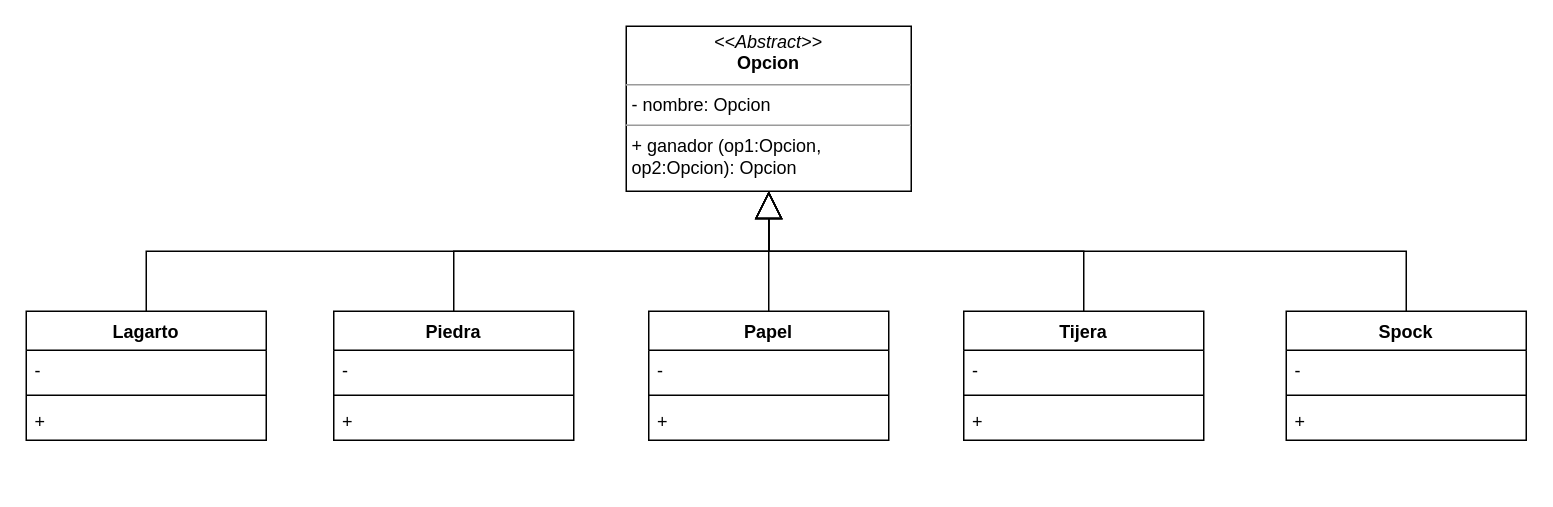
Earlier version of the draw.io diagram Patrones/Ejercicio2/Ejercicio2.drawio (Ruyy7/OO2). Source tidied: cells renumbered, new cells numbered last; positions are measured from the earlier drawing's top-left corner, leaving out a move shared by most shapes. Both pictures are drawn from the tidied source at 150%, with x=0, y=0 at pixel (26, 26).
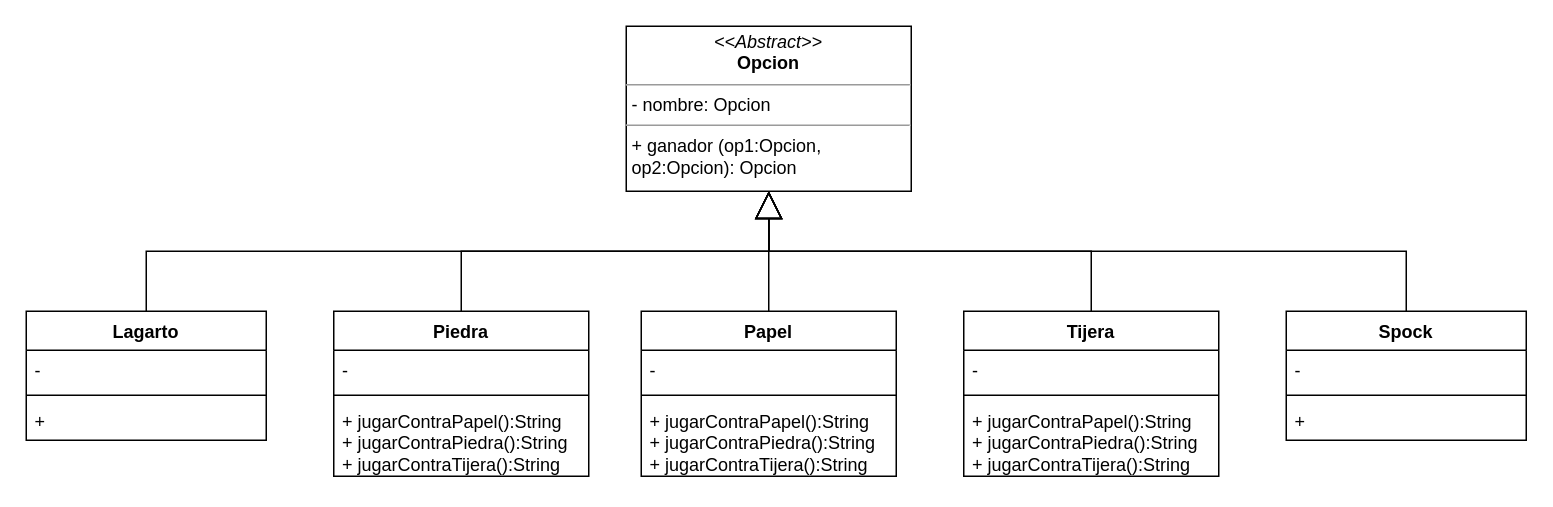
Above is the later version.

The change refers to these unchanged cells:
```xml
<mxCell id="18" value="Lagarto" style="swimlane;fontStyle=1;align=center;verticalAlign=top;horizontal=1;startSize=26;whiteSpace=wrap;html=1;" parent="1" vertex="1">
  <mxGeometry y="190" width="160" height="86" as="geometry" />
</mxCell>
```

What changed in the source:
```diff
@@
     <mxCell id="3" value="Piedra" style="swimlane;fontStyle=1;align=center;verticalAlign=top;horizontal=1;startSize=26;whiteSpace=wrap;html=1;" parent="1" vertex="1">
-      <mxGeometry x="205" y="190" width="160" height="86" as="geometry" />
+      <mxGeometry x="205" y="190" width="170" height="110" as="geometry" />
     </mxCell>
     <mxCell id="4" value="-" style="text;strokeColor=none;fillColor=none;align=left;verticalAlign=top;spacingLeft=4;spacingRight=4;overflow=hidden;whiteSpace=wrap;html=1;" parent="3" vertex="1">
-      <mxGeometry y="26" width="160" height="26" as="geometry" />
+      <mxGeometry y="26" width="170" height="26" as="geometry" />
     </mxCell>
     <mxCell id="5" style="line;strokeWidth=1;fillColor=none;align=left;verticalAlign=middle;spacingTop=-1;spacingLeft=3;spacingRight=3;labelPosition=right;strokeColor=inherit;" parent="3" vertex="1">
-      <mxGeometry y="52" width="160" height="8" as="geometry" />
+      <mxGeometry y="52" width="170" height="8" as="geometry" />
     </mxCell>
-    <mxCell id="6" value="+&amp;nbsp;" style="text;strokeColor=none;fillColor=none;align=left;verticalAlign=top;spacingLeft=4;spacingRight=4;overflow=hidden;whiteSpace=wrap;html=1;" parent="3" vertex="1">
-      <mxGeometry y="60" width="160" height="26" as="geometry" />
+    <mxCell id="6" value="+ jugarContraPapel():String&lt;br&gt;+ jugarContraPiedra():String&lt;br&gt;+ jugarContraTijera():String" style="text;strokeColor=none;fillColor=none;align=left;verticalAlign=top;spacingLeft=4;spacingRight=4;overflow=hidden;whiteSpace=wrap;html=1;" parent="3" vertex="1">
+      <mxGeometry y="60" width="170" height="50" as="geometry" />
     </mxCell>
     <mxCell id="7" value="Papel" style="swimlane;fontStyle=1;align=center;verticalAlign=top;horizontal=1;startSize=26;whiteSpace=wrap;html=1;" parent="1" vertex="1">
-      <mxGeometry x="415" y="190" width="160" height="86" as="geometry" />
+      <mxGeometry x="410" y="190" width="170" height="110" as="geometry" />
     </mxCell>
     <mxCell id="8" value="-" style="text;strokeColor=none;fillColor=none;align=left;verticalAlign=top;spacingLeft=4;spacingRight=4;overflow=hidden;whiteSpace=wrap;html=1;" parent="7" vertex="1">
-      <mxGeometry y="26" width="160" height="26" as="geometry" />
+      <mxGeometry y="26" width="170" height="26" as="geometry" />
     </mxCell>
     <mxCell id="9" style="line;strokeWidth=1;fillColor=none;align=left;verticalAlign=middle;spacingTop=-1;spacingLeft=3;spacingRight=3;labelPosition=right;strokeColor=inherit;" parent="7" vertex="1">
-      <mxGeometry y="52" width="160" height="8" as="geometry" />
+      <mxGeometry y="52" width="170" height="8" as="geometry" />
     </mxCell>
-    <mxCell id="10" value="+" style="text;strokeColor=none;fillColor=none;align=left;verticalAlign=top;spacingLeft=4;spacingRight=4;overflow=hidden;whiteSpace=wrap;html=1;" parent="7" vertex="1">
-      <mxGeometry y="60" width="160" height="26" as="geometry" />
+    <mxCell id="10" value="+ jugarContraPapel():String&lt;br&gt;+ jugarContraPiedra():String&lt;br&gt;+ jugarContraTijera():String" style="text;strokeColor=none;fillColor=none;align=left;verticalAlign=top;spacingLeft=4;spacingRight=4;overflow=hidden;whiteSpace=wrap;html=1;" parent="7" vertex="1">
+      <mxGeometry y="60" width="170" height="50" as="geometry" />
     </mxCell>
     <mxCell id="11" value="Tijera" style="swimlane;fontStyle=1;align=center;verticalAlign=top;horizontal=1;startSize=26;whiteSpace=wrap;html=1;" parent="1" vertex="1">
-      <mxGeometry x="625" y="190" width="160" height="86" as="geometry" />
+      <mxGeometry x="625" y="190" width="170" height="110" as="geometry" />
     </mxCell>
     <mxCell id="12" value="-" style="text;strokeColor=none;fillColor=none;align=left;verticalAlign=top;spacingLeft=4;spacingRight=4;overflow=hidden;whiteSpace=wrap;html=1;" parent="11" vertex="1">
-      <mxGeometry y="26" width="160" height="26" as="geometry" />
+      <mxGeometry y="26" width="170" height="26" as="geometry" />
     </mxCell>
     <mxCell id="13" style="line;strokeWidth=1;fillColor=none;align=left;verticalAlign=middle;spacingTop=-1;spacingLeft=3;spacingRight=3;labelPosition=right;strokeColor=inherit;" parent="11" vertex="1">
-      <mxGeometry y="52" width="160" height="8" as="geometry" />
+      <mxGeometry y="52" width="170" height="8" as="geometry" />
     </mxCell>
-    <mxCell id="14" value="+" style="text;strokeColor=none;fillColor=none;align=left;verticalAlign=top;spacingLeft=4;spacingRight=4;overflow=hidden;whiteSpace=wrap;html=1;" parent="11" vertex="1">
-      <mxGeometry y="60" width="160" height="26" as="geometry" />
+    <mxCell id="14" value="+ jugarContraPapel():String&lt;br&gt;+ jugarContraPiedra():String&lt;br&gt;+ jugarContraTijera():String" style="text;strokeColor=none;fillColor=none;align=left;verticalAlign=top;spacingLeft=4;spacingRight=4;overflow=hidden;whiteSpace=wrap;html=1;" parent="11" vertex="1">
+      <mxGeometry y="60" width="170" height="50" as="geometry" />
     </mxCell>
@@
-    <mxCell id="21" value="+&amp;nbsp;" style="text;strokeColor=none;fillColor=none;align=left;verticalAlign=top;spacingLeft=4;spacingRight=4;overflow=hidden;whiteSpace=wrap;html=1;" parent="18" vertex="1">
+    <mxCell id="21" value="+&amp;nbsp;&amp;nbsp;" style="text;strokeColor=none;fillColor=none;align=left;verticalAlign=top;spacingLeft=4;spacingRight=4;overflow=hidden;whiteSpace=wrap;html=1;" parent="18" vertex="1">
       <mxGeometry y="60" width="160" height="26" as="geometry" />
     </mxCell>
```
